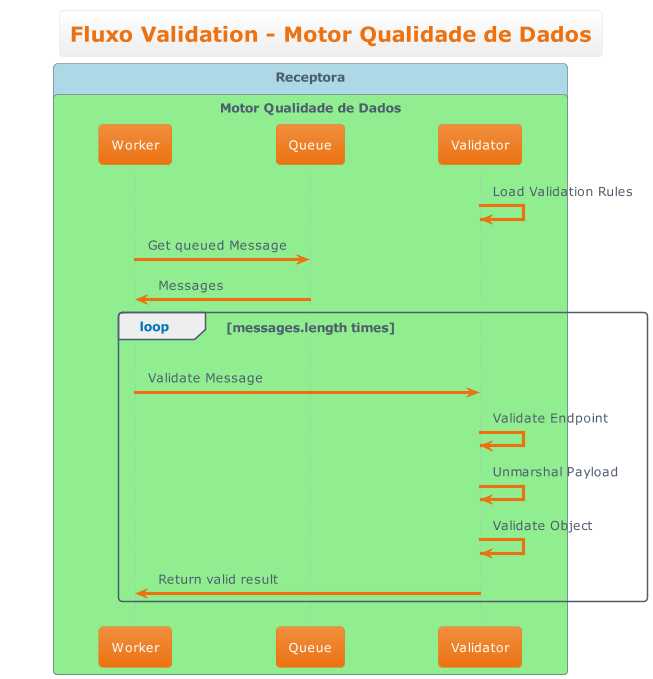
The PlantUML diagram docs/Arquitetura/desenhos/fluxo_Validation.png in OpenBanking-Brasil/mqd-client, before a commit.
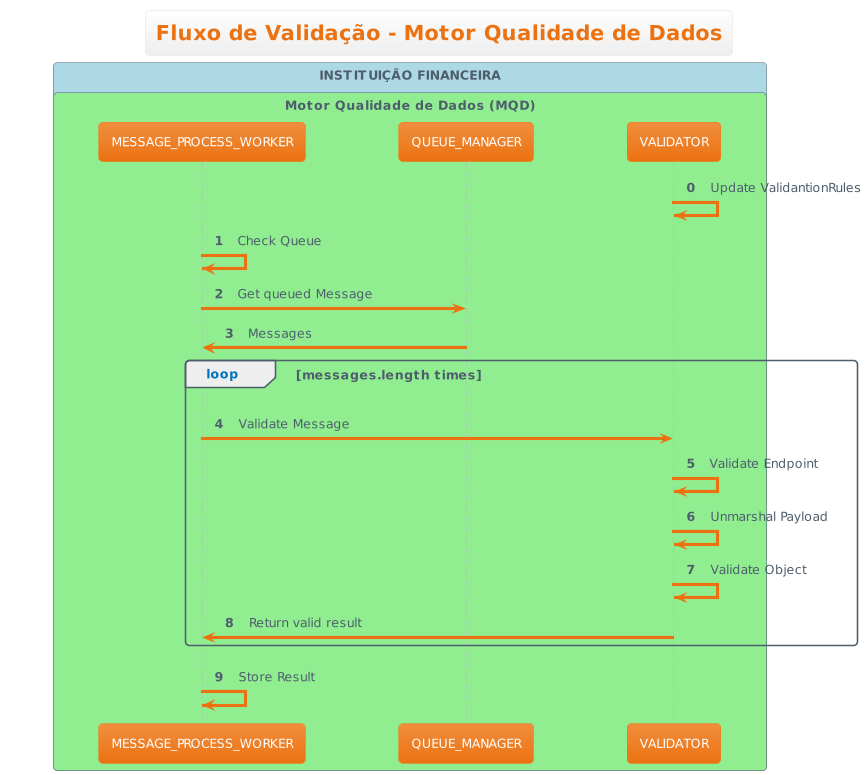
The same file after the commit.

What changed in the source:
```diff
@@ -1,26 +1,29 @@
 @startuml
 !theme aws-orange
-title Fluxo Validation - Motor Qualidade de Dados
-
+title Fluxo de Validação - Motor Qualidade de Dados
 
 !pragma teoz true
-box "Receptora" #LightBlue
-  box "Motor Qualidade de Dados" #LightGreen
-    participant Worker
-    participant Queue
-    participant Validator
+box "INSTITUIÇÃO FINANCEIRA" #LightBlue
+  box "Motor Qualidade de Dados (MQD)" #LightGreen
+    participant MESSAGE_PROCESS_WORKER
+    participant QUEUE_MANAGER
+    participant VALIDATOR
   end box
 end box
 
-Validator -> Validator : Load Validation Rules
-Worker -> Queue : Get queued Message
-Queue -> Worker : Messages
+autonumber 0
+VALIDATOR -> VALIDATOR: Update ValidantionRules
+MESSAGE_PROCESS_WORKER -> MESSAGE_PROCESS_WORKER: Check Queue
+
+MESSAGE_PROCESS_WORKER -> QUEUE_MANAGER: Get queued Message
+QUEUE_MANAGER -> MESSAGE_PROCESS_WORKER: Messages
 loop messages.length times
-    Worker -> Validator : Validate Message
-    Validator -> Validator: Validate Endpoint
-    Validator -> Validator: Unmarshal Payload
-    Validator -> Validator : Validate Object
-    Validator -> Worker : Return valid result
+    MESSAGE_PROCESS_WORKER -> VALIDATOR : Validate Message
+    VALIDATOR -> VALIDATOR: Validate Endpoint
+    VALIDATOR -> VALIDATOR: Unmarshal Payload
+    VALIDATOR -> VALIDATOR : Validate Object
+    VALIDATOR -> MESSAGE_PROCESS_WORKER: Return valid result
 end
 
+MESSAGE_PROCESS_WORKER -> MESSAGE_PROCESS_WORKER : Store Result
 @enduml
```
